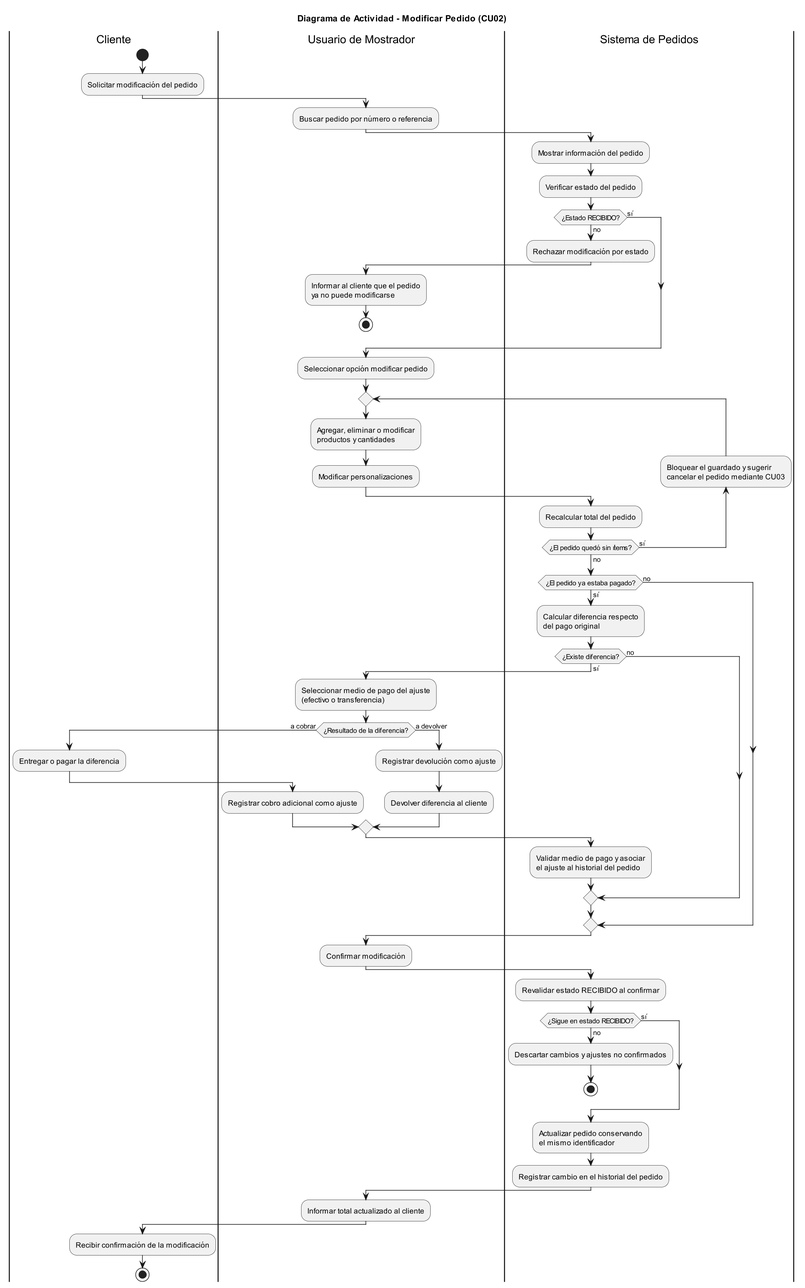
Earlier version of the PlantUML export diagramas/04-diagramas-actividades/04-actividad-modificar-pedido-02.png (eloeyhe/SistemaPedidos). Its diagram source:
```plantuml
@startuml 04-actividad-modificar-pedido-02
skinparam dpi 150
skinparam ArrowFontSize 11

title Diagrama de Actividad - Modificar Pedido (CU02)

|Cliente|
start
:Solicitar modificación del pedido;

|Usuario de Mostrador|
:Buscar pedido por número o referencia;

|Sistema de Pedidos|
:Mostrar información del pedido;
:Verificar estado del pedido;

if (¿Estado RECIBIDO?) then (no)
  :Rechazar modificación por estado;
  |Usuario de Mostrador|
  :Informar al cliente que el pedido
  ya no puede modificarse;
  stop
else (sí)
endif

|Usuario de Mostrador|
:Seleccionar opción modificar pedido;

repeat
  :Agregar, eliminar o modificar
  productos y cantidades;
  :Modificar personalizaciones;
  |Sistema de Pedidos|
  :Recalcular total del pedido;
backward :Bloquear el guardado y sugerir
cancelar el pedido mediante CU03;
repeat while (¿El pedido quedó sin ítems?) is (sí) not (no)

if (¿El pedido ya estaba pagado?) then (sí)
  :Calcular diferencia respecto
  del pago original;
  if (¿Existe diferencia?) then (sí)
    |Usuario de Mostrador|
    :Seleccionar medio de pago del ajuste
    (efectivo o transferencia);
    if (¿Resultado de la diferencia?) then (a cobrar)
      |Cliente|
      :Entregar o pagar la diferencia;
      |Usuario de Mostrador|
      :Registrar cobro adicional como ajuste;
    else (a devolver)
      :Registrar devolución como ajuste;
      :Devolver diferencia al cliente;
    endif
    |Sistema de Pedidos|
    :Validar medio de pago y asociar
    el ajuste al historial del pedido;
  else (no)
  endif
else (no)
endif

|Usuario de Mostrador|
:Confirmar modificación;

|Sistema de Pedidos|
:Revalidar estado RECIBIDO al confirmar;
if (¿Sigue en estado RECIBIDO?) then (no)
  :Descartar cambios y ajustes no confirmados;
  stop
else (sí)
endif

:Actualizar pedido conservando
el mismo identificador;
:Registrar cambio en el historial del pedido;

|Usuario de Mostrador|
:Informar total actualizado al cliente;

|Cliente|
:Recibir confirmación de la modificación;
stop
@enduml
```
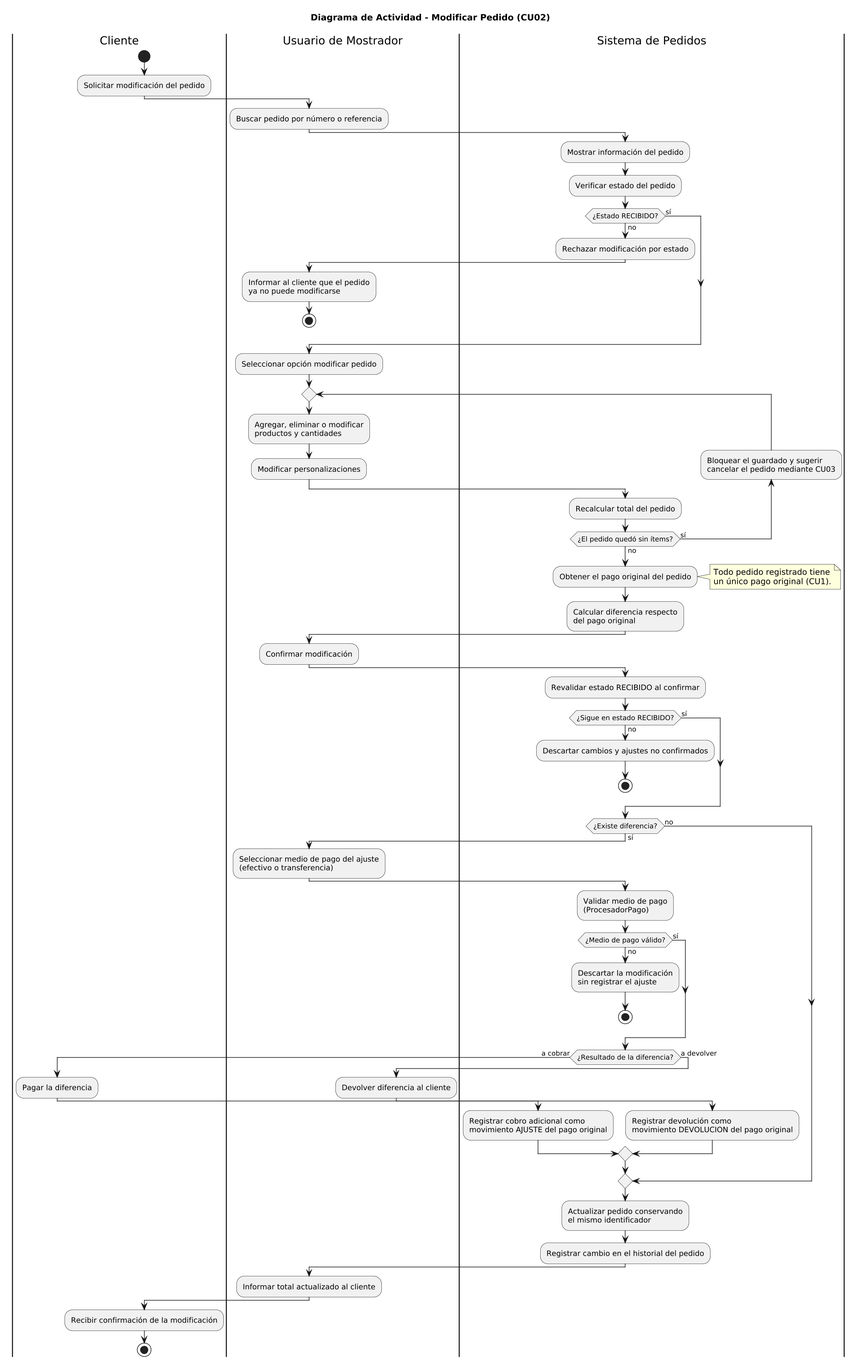
After the commit.

The edit, as a diff of the source:
```diff
@@ -1,4 +1,4 @@
-@startuml 04-actividad-modificar-pedido-02
+@startuml
 skinparam dpi 150
 skinparam ArrowFontSize 11
 
@@ -37,29 +37,13 @@
 cancelar el pedido mediante CU03;
 repeat while (¿El pedido quedó sin ítems?) is (sí) not (no)
 
-if (¿El pedido ya estaba pagado?) then (sí)
-  :Calcular diferencia respecto
-  del pago original;
-  if (¿Existe diferencia?) then (sí)
-    |Usuario de Mostrador|
-    :Seleccionar medio de pago del ajuste
-    (efectivo o transferencia);
-    if (¿Resultado de la diferencia?) then (a cobrar)
-      |Cliente|
-      :Entregar o pagar la diferencia;
-      |Usuario de Mostrador|
-      :Registrar cobro adicional como ajuste;
-    else (a devolver)
-      :Registrar devolución como ajuste;
-      :Devolver diferencia al cliente;
-    endif
-    |Sistema de Pedidos|
-    :Validar medio de pago y asociar
-    el ajuste al historial del pedido;
-  else (no)
-  endif
-else (no)
-endif
+:Obtener el pago original del pedido;
+note right
+  Todo pedido registrado tiene
+  un único pago original (CU1).
+end note
+:Calcular diferencia respecto
+del pago original;
 
 |Usuario de Mostrador|
 :Confirmar modificación;
@@ -70,6 +54,35 @@
   :Descartar cambios y ajustes no confirmados;
   stop
 else (sí)
+endif
+
+if (¿Existe diferencia?) then (sí)
+  |Usuario de Mostrador|
+  :Seleccionar medio de pago del ajuste
+  (efectivo o transferencia);
+  |Sistema de Pedidos|
+  :Validar medio de pago
+  (ProcesadorPago);
+  if (¿Medio de pago válido?) then (no)
+    :Descartar la modificación
+    sin registrar el ajuste;
+    stop
+  else (sí)
+  endif
+  if (¿Resultado de la diferencia?) then (a cobrar)
+    |Cliente|
+    :Pagar la diferencia;
+    |Sistema de Pedidos|
+    :Registrar cobro adicional como
+    movimiento AJUSTE del pago original;
+  else (a devolver)
+    |Usuario de Mostrador|
+    :Devolver diferencia al cliente;
+    |Sistema de Pedidos|
+    :Registrar devolución como
+    movimiento DEVOLUCION del pago original;
+  endif
+else (no)
 endif
 
 :Actualizar pedido conservando
```
